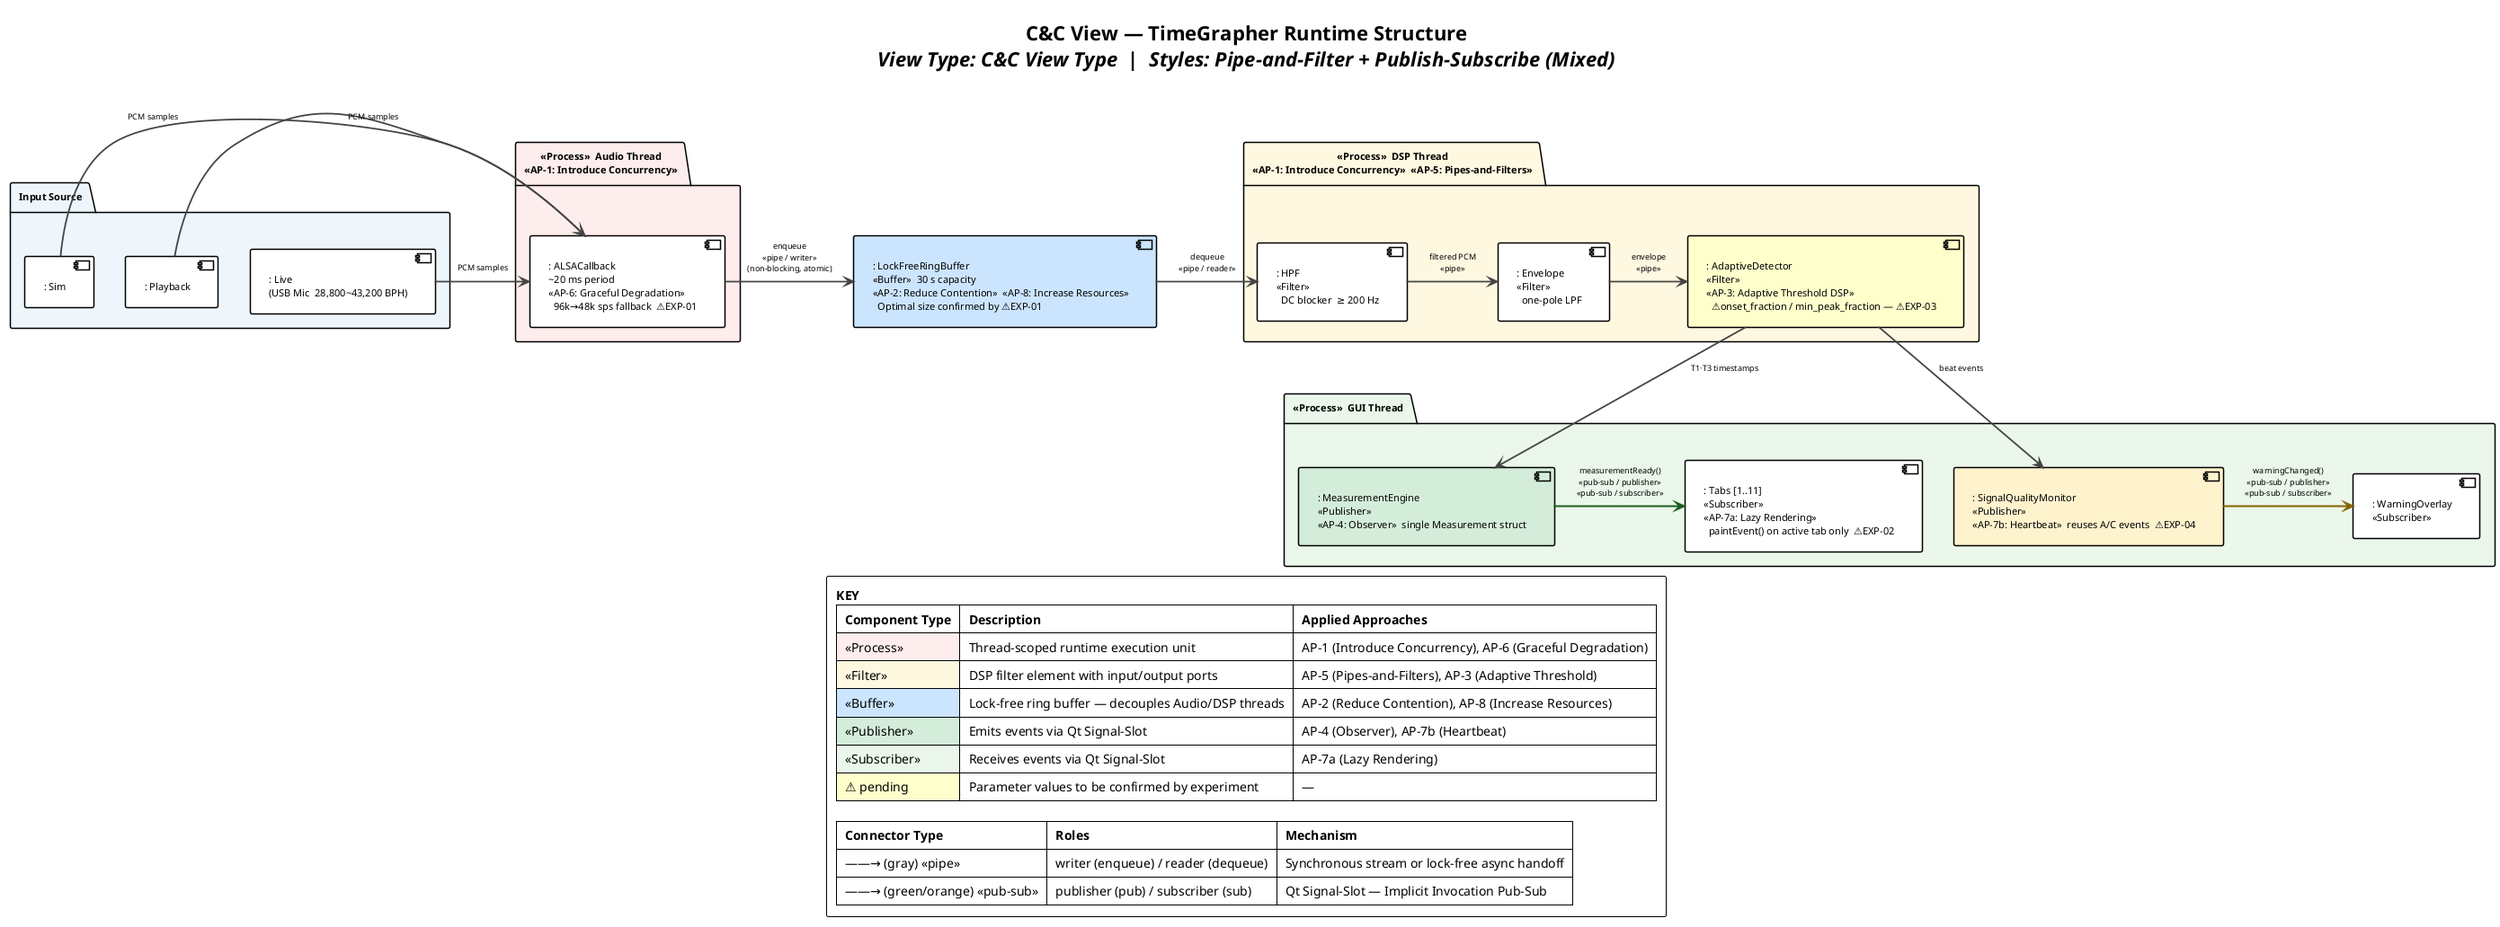
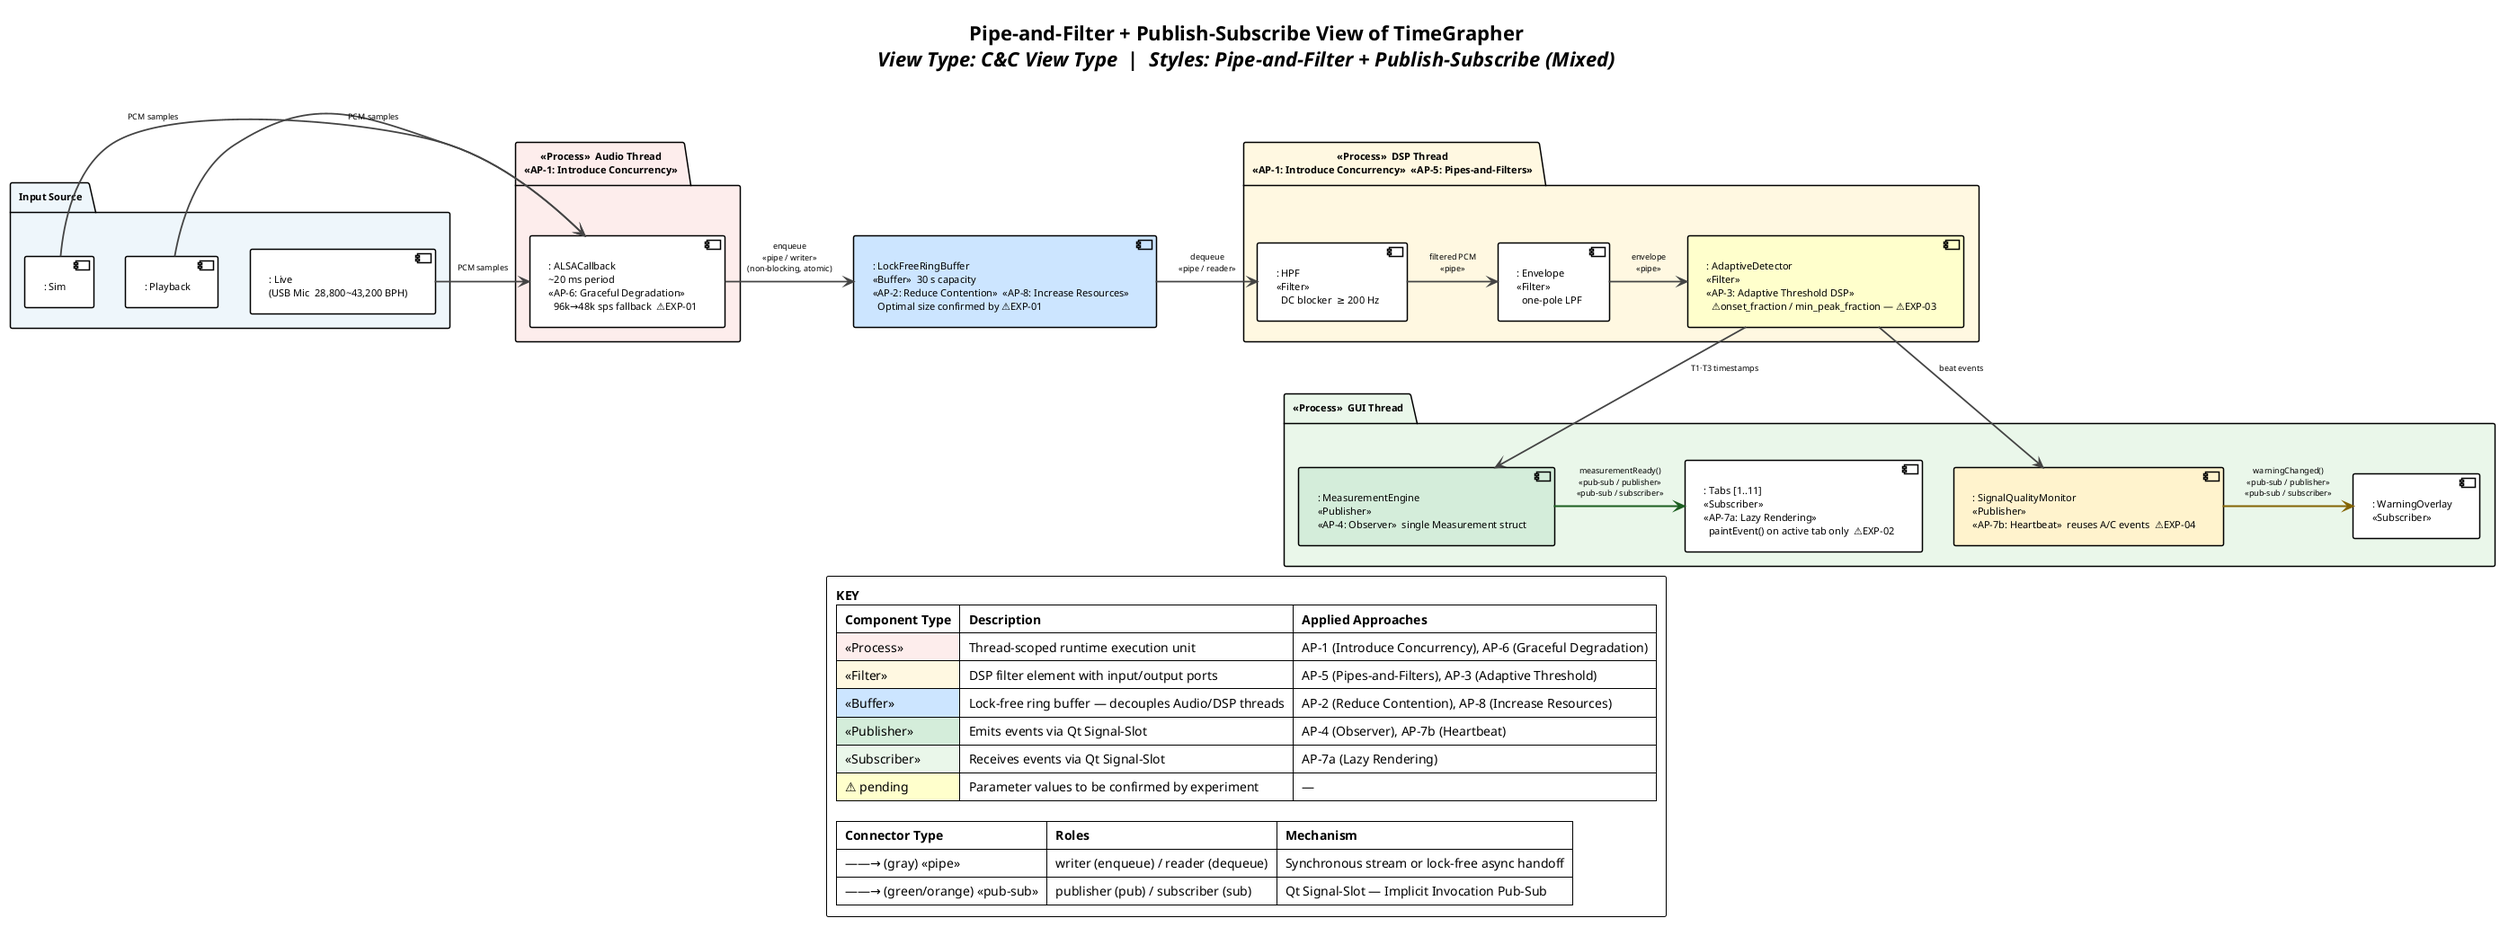
@startuml cc-view
!theme plain
skinparam backgroundColor #FFFFFF
skinparam defaultFontName "Arial"
skinparam defaultFontSize 11
skinparam ArrowColor #444444
skinparam ArrowFontSize 9
skinparam ArrowThickness 1.8
skinparam PackageBorderThickness 1.5
skinparam ComponentBorderThickness 1.5
skinparam Padding 6
skinparam RoundCorner 4

- title <b>C&C View — TimeGrapher Runtime Structure</b>\n<i>View Type: C&C View Type  |  Styles: Pipe-and-Filter + Publish-Subscribe (Mixed)</i>
+ title <b>Pipe-and-Filter + Publish-Subscribe View of TimeGrapher</b>\n<i>View Type: C&C View Type  |  Styles: Pipe-and-Filter + Publish-Subscribe (Mixed)</i>

' ═══════════════════════════════════════════════════
'  COMPONENT TYPES
'    «Filter»   — DSP processing element (input/output ports)
'    «Process»  — Thread-scoped runtime execution unit
'    «Buffer»   — Decoupling data store between threads
'    «Publisher»  / «Subscriber»  — Pub-Sub participants
' ═══════════════════════════════════════════════════

' ── Input Sources ────────────────────────────────────
package "Input Source" as SRC #EEF6FB {
    component ": Live\n(USB Mic  28,800~43,200 BPH)" as LIVE
    component ": Playback" as PB
    component ": Sim" as SIM
}

' ── Audio Thread ──────────────────────────────────────
package "«Process»  Audio Thread\n«AP-1: Introduce Concurrency»" as AT_PKG #FDEDEC {
    component ": ALSACallback\n~20 ms period\n«AP-6: Graceful Degradation»\n  96k→48k sps fallback  ⚠EXP-01" as ALSA
}

' ── Pipe Connector (Buffer) ───────────────────────────
component ": LockFreeRingBuffer\n«Buffer»  30 s capacity\n«AP-2: Reduce Contention»  «AP-8: Increase Resources»\n  Optimal size confirmed by ⚠EXP-01" as RB #CCE5FF

' ── DSP Thread ────────────────────────────────────────
package "«Process»  DSP Thread\n«AP-1: Introduce Concurrency»  «AP-5: Pipes-and-Filters»" as DSP_PKG #FFF8E1 {
    component ": HPF\n«Filter»\n  DC blocker  ≥ 200 Hz" as HPF
    component ": Envelope\n«Filter»\n  one-pole LPF" as ENV
    component ": AdaptiveDetector\n«Filter»\n«AP-3: Adaptive Threshold DSP»\n  ⚠onset_fraction / min_peak_fraction — ⚠EXP-03" as DET #FFFFCC
}

' ── GUI Thread ────────────────────────────────────────
package "«Process»  GUI Thread" as GUI_PKG #EAF7EA {
    component ": MeasurementEngine\n«Publisher»\n«AP-4: Observer»  single Measurement struct" as ME #D4EDDA
    component ": SignalQualityMonitor\n«Publisher»\n«AP-7b: Heartbeat»  reuses A/C events  ⚠EXP-04" as SQ #FFF3CD
    component ": Tabs [1..11]\n«Subscriber»\n«AP-7a: Lazy Rendering»\n  paintEvent() on active tab only  ⚠EXP-02" as TABS
    component ": WarningOverlay\n«Subscriber»" as WRN
}

' ═══════════════════════════════════════════════════
'  CONNECTOR TYPE 1 — Pipe  (data-in → data-out)
'    roles: writer (src), reader (snk)
' ═══════════════════════════════════════════════════
LIVE -right-> ALSA : PCM samples
PB   -right-> ALSA : PCM samples
SIM  -right-> ALSA : PCM samples

ALSA -right-> RB : enqueue\n«pipe / writer»\n(non-blocking, atomic)
RB   -right-> HPF : dequeue\n«pipe / reader»

HPF  -right-> ENV  : filtered PCM\n«pipe»
ENV  -right-> DET  : envelope\n«pipe»

' ── Transition: Pipe → Pub-Sub ───────────────────────
DET  -down-> ME  : T1·T3 timestamps
DET  -down-> SQ  : beat events

' ═══════════════════════════════════════════════════
'  CONNECTOR TYPE 2 — Publish-Subscribe
'    roles: publisher (pub), subscriber (sub)
'    mechanism: Qt Signal-Slot (Implicit Invocation)
' ═══════════════════════════════════════════════════
ME  -right[#1B5E20,thickness=2]-> TABS : measurementReady()\n«pub-sub / publisher»\n«pub-sub / subscriber»
SQ  -right[#856404,thickness=2]-> WRN  : warningChanged()\n«pub-sub / publisher»\n«pub-sub / subscriber»

' ═══════════════════════════════════════════════════
'  KEY  (교재 표기법 준수)
' ═══════════════════════════════════════════════════
legend bottom
  <b>KEY</b>
  |= Component Type |= Description |= Applied Approaches |
  | <#FDEDEC> «Process» | Thread-scoped runtime execution unit | AP-1 (Introduce Concurrency), AP-6 (Graceful Degradation) |
  | <#FFF8E1> «Filter» | DSP filter element with input/output ports | AP-5 (Pipes-and-Filters), AP-3 (Adaptive Threshold) |
  | <#CCE5FF> «Buffer» | Lock-free ring buffer — decouples Audio/DSP threads | AP-2 (Reduce Contention), AP-8 (Increase Resources) |
  | <#D4EDDA> «Publisher» | Emits events via Qt Signal-Slot | AP-4 (Observer), AP-7b (Heartbeat) |
  | <#EAF7EA> «Subscriber» | Receives events via Qt Signal-Slot | AP-7a (Lazy Rendering) |
  | <#FFFFCC> ⚠ pending | Parameter values to be confirmed by experiment | — |

  |= Connector Type |= Roles |= Mechanism |
  | ——→ (gray) «pipe» | writer (enqueue) / reader (dequeue) | Synchronous stream or lock-free async handoff |
  | ——→ (green/orange) «pub-sub» | publisher (pub) / subscriber (sub) | Qt Signal-Slot — Implicit Invocation Pub-Sub |
endlegend

@enduml
